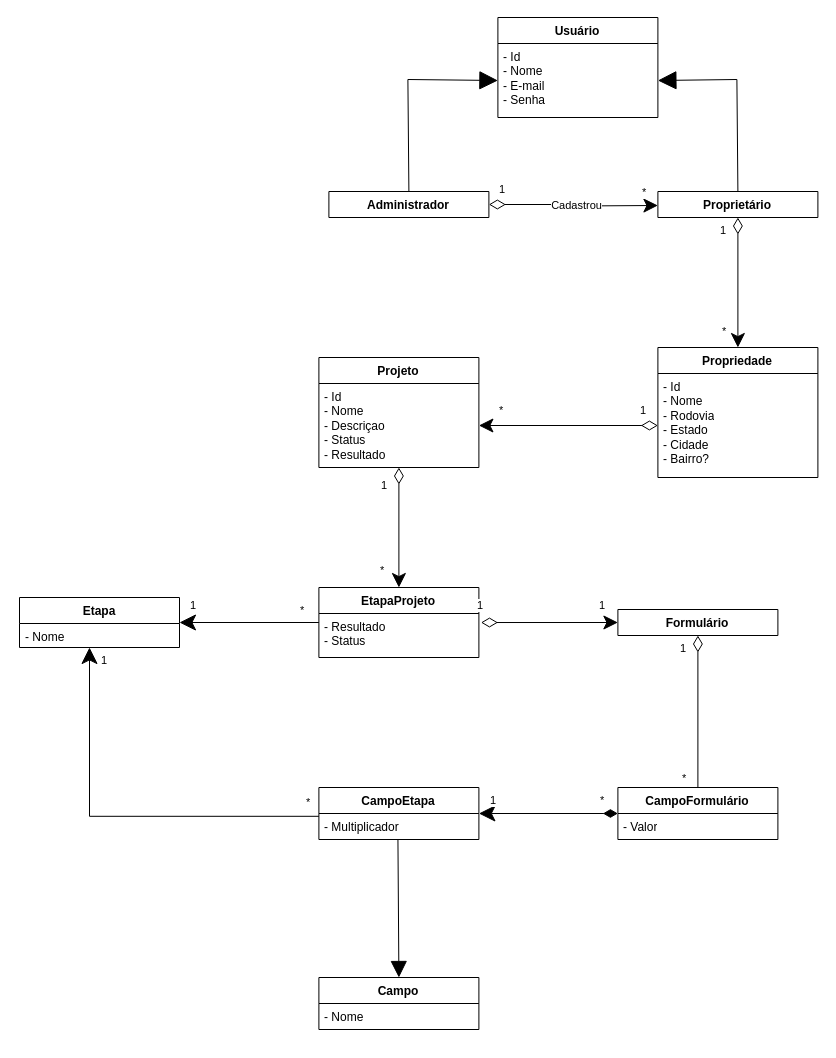
Before: Trabalho final/4 - MC/Modelo conceitual.drawio in ViniciusKurek/CalculadoraAPS, a draw.io diagram. Source tidied: cells renumbered, new cells numbered last; positions are measured from the earlier drawing's top-left corner, leaving out a move shared by most shapes. Both pictures are drawn from the tidied source at 100%, with x=0, y=0 at pixel (19, 17).
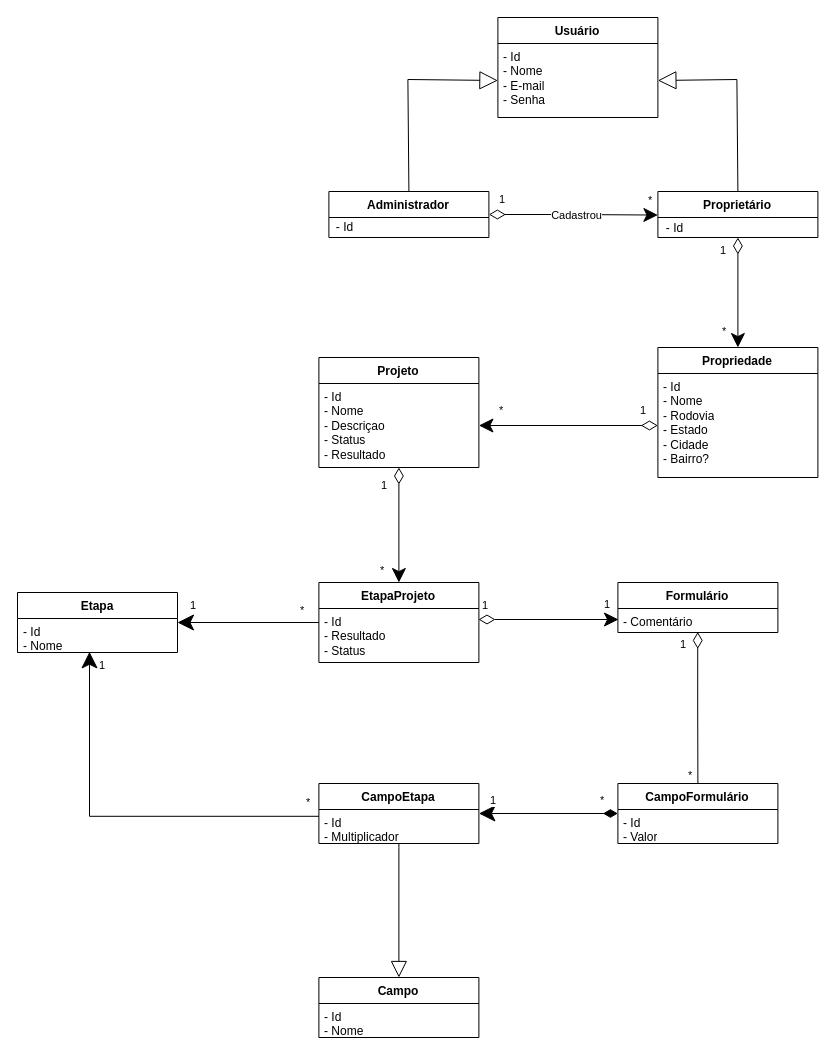
After the change.

Unchanged cells that the change refers to:
```xml
<mxCell id="3" value="- Id&lt;br&gt;- Nome&lt;br&gt;- E-mail&lt;br&gt;- Senha" style="text;strokeColor=none;fillColor=none;align=left;verticalAlign=top;spacingLeft=4;spacingRight=4;overflow=hidden;points=[[0,0.5],[1,0.5]];portConstraint=eastwest;whiteSpace=wrap;html=1;" parent="2" vertex="1">
  <mxGeometry y="26" width="160" height="74" as="geometry" />
</mxCell>
<mxCell id="23" style="endArrow=classic;html=1;endSize=12;startArrow=diamondThin;startSize=14;startFill=0;edgeStyle=orthogonalEdgeStyle;rounded=0;entryX=0.5;entryY=0;entryDx=0;entryDy=0;exitX=0.5;exitY=1;exitDx=0;exitDy=0;endFill=1;" parent="1" edge="1" source="11" target="6">
  <mxGeometry x="0.04" relative="1" as="geometry" />
</mxCell>
<mxCell id="29" style="endArrow=classic;html=1;endSize=12;startArrow=diamondThin;startSize=14;startFill=0;edgeStyle=orthogonalEdgeStyle;rounded=0;exitX=0;exitY=0.5;exitDx=0;exitDy=0;entryX=1;entryY=0.5;entryDx=0;entryDy=0;endFill=1;" parent="1" edge="1" source="7" target="13">
  <mxGeometry relative="1" as="geometry" />
</mxCell>
<mxCell id="37" style="endArrow=classic;html=1;endSize=12;startArrow=diamondThin;startSize=14;startFill=0;edgeStyle=orthogonalEdgeStyle;rounded=0;entryX=0.5;entryY=0;entryDx=0;entryDy=0;endFill=1;" parent="1" edge="1" source="12" target="17">
  <mxGeometry relative="1" as="geometry" />
</mxCell>
```

Change to the diagram source:
```diff
@@
-    <mxCell id="4" style="endArrow=block;endSize=16;endFill=1;html=1;rounded=0;entryX=1;entryY=0.5;entryDx=0;entryDy=0;exitX=0.5;exitY=0;exitDx=0;exitDy=0;" parent="1" edge="1" source="11" target="3">
+    <mxCell id="4" style="endArrow=block;endSize=16;endFill=0;html=1;rounded=0;entryX=1;entryY=0.5;entryDx=0;entryDy=0;exitX=0.5;exitY=0;exitDx=0;exitDy=0;" parent="1" edge="1" source="11" target="3">
       <mxGeometry relative="1" as="geometry">
         <Array as="points">
           <mxPoint x="717.4" y="62" />
         </Array>
       </mxGeometry>
     </mxCell>
-    <mxCell id="5" style="endArrow=block;endSize=16;endFill=1;html=1;rounded=0;entryX=0;entryY=0.5;entryDx=0;entryDy=0;exitX=0.5;exitY=0;exitDx=0;exitDy=0;" parent="1" edge="1" source="28" target="3">
+    <mxCell id="5" style="endArrow=block;endSize=16;endFill=0;html=1;rounded=0;entryX=0;entryY=0.5;entryDx=0;entryDy=0;exitX=0.5;exitY=0;exitDx=0;exitDy=0;" parent="1" edge="1" source="28" target="3">
       <mxGeometry relative="1" as="geometry">
         <Array as="points">
           <mxPoint x="388.4" y="62" />
         </Array>
       </mxGeometry>
     </mxCell>
@@
-    <mxCell id="8" value="Cadastrou" style="endArrow=classic;html=1;endSize=12;startArrow=diamondThin;startSize=14;startFill=0;edgeStyle=orthogonalEdgeStyle;rounded=0;exitX=1;exitY=0.5;exitDx=0;exitDy=0;entryX=0;entryY=0.5;entryDx=0;entryDy=0;endFill=1;" parent="1" edge="1" source="28">
-      <mxGeometry x="0.04" relative="1" as="geometry">
-        <mxPoint x="638.4" y="188" as="targetPoint" />
-      </mxGeometry>
+    <mxCell id="8" value="Cadastrou" style="endArrow=classic;html=1;endSize=12;startArrow=diamondThin;startSize=14;startFill=0;edgeStyle=orthogonalEdgeStyle;rounded=0;exitX=1;exitY=0.5;exitDx=0;exitDy=0;endFill=1;entryX=0.085;entryY=0.052;entryDx=0;entryDy=0;entryPerimeter=0;" parent="1" edge="1" source="28" target="80">
+      <mxGeometry x="0.04" relative="1" as="geometry" />
     </mxCell>
-    <mxCell id="9" value="1" style="edgeLabel;html=1;align=left;verticalAlign=top;" parent="8" vertex="1">
-      <mxGeometry x="-1" relative="1" as="geometry">
-        <mxPoint x="9" y="-28" as="offset" />
-      </mxGeometry>
-    </mxCell>
-    <mxCell id="10" value="*" style="edgeLabel;html=1;align=left;verticalAlign=top;" parent="1" vertex="1">
-      <mxGeometry x="619.4" y="160" as="geometry">
-        <mxPoint x="2" y="2" as="offset" />
-      </mxGeometry>
-    </mxCell>
+    <mxCell id="51" value="1" style="edgeLabel;html=1;align=left;verticalAlign=top;" parent="8" vertex="1">
+      <mxGeometry x="-1" relative="1" as="geometry">
+        <mxPoint x="9" y="-28" as="offset" />
+      </mxGeometry>
+    </mxCell>
+    <mxCell id="52" value="*" style="edgeLabel;html=1;align=left;verticalAlign=top;" parent="1" vertex="1">
+      <mxGeometry x="625" y="168" as="geometry">
+        <mxPoint x="2" y="2" as="offset" />
+      </mxGeometry>
+    </mxCell>
     <mxCell id="11" value="Proprietário" style="swimlane;fontStyle=1;align=center;verticalAlign=top;horizontal=1;startSize=26;whiteSpace=wrap;html=1;" parent="1" vertex="1">
-      <mxGeometry x="638.4" y="174" width="160" height="26" as="geometry" />
+      <mxGeometry x="638.4" y="174" width="160" height="46" as="geometry" />
     </mxCell>
@@
-    <mxCell id="14" value="Formulário" style="swimlane;fontStyle=1;align=center;verticalAlign=top;horizontal=1;startSize=26;whiteSpace=wrap;html=1;" parent="1" vertex="1">
-      <mxGeometry x="598.4" y="592" width="160" height="26" as="geometry" />
-    </mxCell>
     <mxCell id="15" value="CampoFormulário" style="swimlane;fontStyle=1;align=center;verticalAlign=top;horizontal=1;startSize=26;whiteSpace=wrap;html=1;" parent="1" vertex="1">
-      <mxGeometry x="598.4" y="770" width="160" height="52" as="geometry" />
+      <mxGeometry x="598.4" y="766" width="160" height="60" as="geometry" />
     </mxCell>
-    <mxCell id="16" value="- Valor" style="text;strokeColor=none;fillColor=none;align=left;verticalAlign=top;spacingLeft=4;spacingRight=4;overflow=hidden;whiteSpace=wrap;html=1;" parent="15" vertex="1">
-      <mxGeometry y="26" width="160" height="26" as="geometry" />
-    </mxCell>
+    <mxCell id="53" value="- Id&lt;br&gt;- Valor" style="text;strokeColor=none;fillColor=none;align=left;verticalAlign=top;spacingLeft=4;spacingRight=4;overflow=hidden;whiteSpace=wrap;html=1;" parent="15" vertex="1">
+      <mxGeometry y="26" width="160" height="34" as="geometry" />
+    </mxCell>
     <mxCell id="17" value="EtapaProjeto" style="swimlane;fontStyle=1;align=center;verticalAlign=top;horizontal=1;startSize=26;whiteSpace=wrap;html=1;" parent="1" vertex="1">
-      <mxGeometry x="299.4" y="570" width="160" height="70" as="geometry" />
+      <mxGeometry x="299.4" y="565" width="160" height="80" as="geometry" />
     </mxCell>
-    <mxCell id="18" value="- Resultado&lt;br&gt;- Status" style="text;strokeColor=none;fillColor=none;align=left;verticalAlign=top;spacingLeft=4;spacingRight=4;overflow=hidden;points=[[0,0.5],[1,0.5]];portConstraint=eastwest;whiteSpace=wrap;html=1;" parent="17" vertex="1">
-      <mxGeometry y="26" width="160" height="44" as="geometry" />
-    </mxCell>
+    <mxCell id="54" value="- Id&lt;br&gt;- Resultado&lt;br&gt;- Status" style="text;strokeColor=none;fillColor=none;align=left;verticalAlign=top;spacingLeft=4;spacingRight=4;overflow=hidden;whiteSpace=wrap;html=1;" parent="17" vertex="1">
+      <mxGeometry y="26" width="160" height="54" as="geometry" />
+    </mxCell>
     <mxCell id="19" value="Campo" style="swimlane;fontStyle=1;align=center;verticalAlign=top;horizontal=1;startSize=26;whiteSpace=wrap;html=1;" parent="1" vertex="1">
-      <mxGeometry x="299.4" y="960" width="160" height="52" as="geometry" />
+      <mxGeometry x="299.4" y="960" width="160" height="60" as="geometry" />
     </mxCell>
-    <mxCell id="20" value="- Nome" style="text;strokeColor=none;fillColor=none;align=left;verticalAlign=top;spacingLeft=4;spacingRight=4;overflow=hidden;whiteSpace=wrap;html=1;" parent="19" vertex="1">
-      <mxGeometry y="26" width="160" height="26" as="geometry" />
-    </mxCell>
+    <mxCell id="55" value="- Id&lt;br&gt;- Nome" style="text;strokeColor=none;fillColor=none;align=left;verticalAlign=top;spacingLeft=4;spacingRight=4;overflow=hidden;whiteSpace=wrap;html=1;" parent="19" vertex="1">
+      <mxGeometry y="26" width="160" height="34" as="geometry" />
+    </mxCell>
     <mxCell id="21" value="CampoEtapa" style="swimlane;fontStyle=1;align=center;verticalAlign=top;horizontal=1;startSize=26;whiteSpace=wrap;html=1;" parent="1" vertex="1">
-      <mxGeometry x="299.4" y="770" width="160" height="52" as="geometry" />
+      <mxGeometry x="299.4" y="766" width="160" height="60" as="geometry" />
     </mxCell>
-    <mxCell id="22" value="- Multiplicador" style="text;strokeColor=none;fillColor=none;align=left;verticalAlign=top;spacingLeft=4;spacingRight=4;overflow=hidden;points=[[0,0.5],[1,0.5]];portConstraint=eastwest;whiteSpace=wrap;html=1;" parent="21" vertex="1">
-      <mxGeometry y="26" width="160" height="26" as="geometry" />
-    </mxCell>
+    <mxCell id="56" value="- Id&lt;br&gt;- Multiplicador" style="text;strokeColor=none;fillColor=none;align=left;verticalAlign=top;spacingLeft=4;spacingRight=4;overflow=hidden;points=[[0,0.5],[1,0.5]];portConstraint=eastwest;whiteSpace=wrap;html=1;" parent="21" vertex="1">
+      <mxGeometry y="26" width="160" height="34" as="geometry" />
+    </mxCell>
@@
-    <mxCell id="24" value="1" style="edgeLabel;html=1;align=left;verticalAlign=top;" parent="23" vertex="1">
-      <mxGeometry x="-1" relative="1" as="geometry">
-        <mxPoint x="-19" as="offset" />
-      </mxGeometry>
-    </mxCell>
-    <mxCell id="25" value="*" style="edgeLabel;html=1;align=left;verticalAlign=top;" parent="1" vertex="1">
-      <mxGeometry x="709" y="240.1" as="geometry">
-        <mxPoint x="-8" y="61" as="offset" />
-      </mxGeometry>
-    </mxCell>
+    <mxCell id="57" value="1" style="edgeLabel;html=1;align=left;verticalAlign=top;" parent="23" vertex="1">
+      <mxGeometry x="-1" relative="1" as="geometry">
+        <mxPoint x="-19" as="offset" />
+      </mxGeometry>
+    </mxCell>
+    <mxCell id="58" value="*" style="edgeLabel;html=1;align=left;verticalAlign=top;" parent="1" vertex="1">
+      <mxGeometry x="709" y="240.1" as="geometry">
+        <mxPoint x="-8" y="61" as="offset" />
+      </mxGeometry>
+    </mxCell>
     <mxCell id="26" value="Etapa" style="swimlane;fontStyle=1;align=center;verticalAlign=top;horizontal=1;startSize=26;whiteSpace=wrap;html=1;" parent="1" vertex="1">
-      <mxGeometry y="580" width="160" height="50" as="geometry" />
+      <mxGeometry x="-2" y="575" width="160" height="60" as="geometry" />
     </mxCell>
-    <mxCell id="27" value="- Nome" style="text;strokeColor=none;fillColor=none;align=left;verticalAlign=top;spacingLeft=4;spacingRight=4;overflow=hidden;whiteSpace=wrap;html=1;" parent="26" vertex="1">
-      <mxGeometry y="26" width="160" height="24" as="geometry" />
-    </mxCell>
+    <mxCell id="59" value="- Id&lt;br&gt;- Nome" style="text;strokeColor=none;fillColor=none;align=left;verticalAlign=top;spacingLeft=4;spacingRight=4;overflow=hidden;points=[[0,0.5],[1,0.5]];portConstraint=eastwest;whiteSpace=wrap;html=1;" parent="26" vertex="1">
+      <mxGeometry y="26" width="160" height="34" as="geometry" />
+    </mxCell>
     <mxCell id="28" value="Administrador" style="swimlane;fontStyle=1;align=center;verticalAlign=top;horizontal=1;startSize=26;whiteSpace=wrap;html=1;" parent="1" vertex="1">
-      <mxGeometry x="309.4" y="174" width="160" height="26" as="geometry" />
+      <mxGeometry x="309.4" y="174" width="160" height="46" as="geometry" />
     </mxCell>
@@
-    <mxCell id="30" value="1" style="edgeLabel;html=1;align=left;verticalAlign=top;" parent="29" vertex="1">
-      <mxGeometry x="-1" relative="1" as="geometry">
-        <mxPoint x="-19" y="-28" as="offset" />
-      </mxGeometry>
-    </mxCell>
-    <mxCell id="31" value="*" style="edgeLabel;html=1;align=left;verticalAlign=top;" parent="1" vertex="1">
-      <mxGeometry x="478.4" y="380" as="geometry" />
-    </mxCell>
-    <mxCell id="32" style="endArrow=classic;html=1;endSize=12;startArrow=diamondThin;startSize=14;startFill=0;edgeStyle=orthogonalEdgeStyle;rounded=0;exitX=1.013;exitY=0.205;exitDx=0;exitDy=0;entryX=0;entryY=0.5;entryDx=0;entryDy=0;exitPerimeter=0;endFill=1;" parent="1" edge="1" source="18" target="14">
-      <mxGeometry relative="1" as="geometry" />
-    </mxCell>
-    <mxCell id="33" style="endArrow=none;html=1;endSize=12;startArrow=diamondThin;startSize=14;startFill=0;edgeStyle=orthogonalEdgeStyle;rounded=0;exitX=0.5;exitY=1;exitDx=0;exitDy=0;entryX=0.5;entryY=0;entryDx=0;entryDy=0;endFill=0;" parent="1" edge="1" source="14" target="15">
-      <mxGeometry relative="1" as="geometry" />
-    </mxCell>
-    <mxCell id="34" value="1" style="edgeLabel;html=1;align=left;verticalAlign=top;" parent="33" vertex="1">
-      <mxGeometry x="-1" relative="1" as="geometry">
-        <mxPoint x="-19" as="offset" />
-      </mxGeometry>
-    </mxCell>
+    <mxCell id="60" value="1" style="edgeLabel;html=1;align=left;verticalAlign=top;" parent="29" vertex="1">
+      <mxGeometry x="-1" relative="1" as="geometry">
+        <mxPoint x="-19" y="-28" as="offset" />
+      </mxGeometry>
+    </mxCell>
+    <mxCell id="61" value="*" style="edgeLabel;html=1;align=left;verticalAlign=top;" parent="1" vertex="1">
+      <mxGeometry x="478.4" y="380" as="geometry" />
+    </mxCell>
+    <mxCell id="62" style="endArrow=classic;html=1;endSize=12;startArrow=diamondThin;startSize=14;startFill=0;edgeStyle=orthogonalEdgeStyle;rounded=0;endFill=1;" parent="1" edge="1">
+      <mxGeometry relative="1" as="geometry">
+        <mxPoint x="459" y="602" as="sourcePoint" />
+        <mxPoint x="599" y="602" as="targetPoint" />
+      </mxGeometry>
+    </mxCell>
+    <mxCell id="63" style="endArrow=none;html=1;endSize=12;startArrow=diamondThin;startSize=14;startFill=0;edgeStyle=orthogonalEdgeStyle;rounded=0;exitX=0.499;exitY=0.978;exitDx=0;exitDy=0;entryX=0.5;entryY=0;entryDx=0;entryDy=0;endFill=0;exitPerimeter=0;" parent="1" edge="1" source="78" target="15">
+      <mxGeometry relative="1" as="geometry" />
+    </mxCell>
+    <mxCell id="64" value="1" style="edgeLabel;html=1;align=left;verticalAlign=top;" parent="63" vertex="1">
+      <mxGeometry x="-1" relative="1" as="geometry">
+        <mxPoint x="-19" as="offset" />
+      </mxGeometry>
+    </mxCell>
@@
-    <mxCell id="38" value="1" style="edgeLabel;html=1;align=left;verticalAlign=top;" parent="37" vertex="1">
-      <mxGeometry x="-1" relative="1" as="geometry">
-        <mxPoint x="-19" y="5" as="offset" />
-      </mxGeometry>
-    </mxCell>
-    <mxCell id="39" style="endArrow=none;html=1;endSize=12;startArrow=classic;startSize=14;startFill=1;edgeStyle=orthogonalEdgeStyle;rounded=0;entryX=-0.004;entryY=0.106;entryDx=0;entryDy=0;entryPerimeter=0;endFill=0;" parent="1" edge="1">
-      <mxGeometry relative="1" as="geometry">
-        <mxPoint x="70" y="630" as="sourcePoint" />
-        <mxPoint x="299.4" y="798.8" as="targetPoint" />
-        <Array as="points">
-          <mxPoint x="70" y="630" />
-          <mxPoint x="70" y="799" />
-        </Array>
-      </mxGeometry>
-    </mxCell>
-    <mxCell id="40" style="endArrow=none;html=1;endSize=12;startArrow=block;startSize=14;startFill=1;edgeStyle=orthogonalEdgeStyle;rounded=0;exitX=0.5;exitY=0;exitDx=0;exitDy=0;entryX=0.494;entryY=1.015;entryDx=0;entryDy=0;entryPerimeter=0;endFill=0;" parent="1" edge="1" source="19" target="22">
-      <mxGeometry relative="1" as="geometry">
-        <Array as="points">
-          <mxPoint x="379.4" y="822" />
-        </Array>
-      </mxGeometry>
-    </mxCell>
-    <mxCell id="41" value="*" style="edgeLabel;html=1;align=left;verticalAlign=top;" parent="1" vertex="1">
-      <mxGeometry x="359.4" y="540" as="geometry" />
-    </mxCell>
-    <mxCell id="42" value="*" style="edgeLabel;html=1;align=left;verticalAlign=top;" parent="1" vertex="1">
-      <mxGeometry x="279.4" y="580" as="geometry" />
-    </mxCell>
-    <mxCell id="43" value="1" style="edgeLabel;html=1;align=left;verticalAlign=top;" parent="1" vertex="1">
-      <mxGeometry x="169.4" y="575" as="geometry" />
-    </mxCell>
-    <mxCell id="44" value="1" style="edgeLabel;html=1;align=left;verticalAlign=top;" parent="1" vertex="1">
-      <mxGeometry x="80" y="630" as="geometry" />
-    </mxCell>
-    <mxCell id="45" value="*" style="edgeLabel;html=1;align=left;verticalAlign=top;" parent="1" vertex="1">
-      <mxGeometry x="259.4" y="770" as="geometry">
-        <mxPoint x="26" y="2" as="offset" />
-      </mxGeometry>
-    </mxCell>
-    <mxCell id="46" value="*" style="edgeLabel;html=1;align=left;verticalAlign=top;" parent="1" vertex="1">
-      <mxGeometry x="579.4" y="770" as="geometry" />
-    </mxCell>
-    <mxCell id="47" value="*" style="edgeLabel;html=1;align=left;verticalAlign=top;" parent="1" vertex="1">
-      <mxGeometry x="589.4" y="780" as="geometry">
-        <mxPoint x="72" y="-32" as="offset" />
-      </mxGeometry>
-    </mxCell>
-    <mxCell id="48" value="1" style="edgeLabel;html=1;align=left;verticalAlign=top;" parent="1" vertex="1">
-      <mxGeometry x="469.4" y="770" as="geometry" />
-    </mxCell>
-    <mxCell id="49" value="1" style="edgeLabel;html=1;align=left;verticalAlign=top;" parent="1" vertex="1">
-      <mxGeometry x="657.4" y="623" as="geometry">
-        <mxPoint x="-201" y="-48" as="offset" />
-      </mxGeometry>
-    </mxCell>
-    <mxCell id="50" value="1" style="edgeLabel;html=1;align=left;verticalAlign=top;" parent="1" vertex="1">
-      <mxGeometry x="779.4" y="623" as="geometry">
-        <mxPoint x="-201" y="-48" as="offset" />
-      </mxGeometry>
-    </mxCell>
+    <mxCell id="65" value="1" style="edgeLabel;html=1;align=left;verticalAlign=top;" parent="37" vertex="1">
+      <mxGeometry x="-1" relative="1" as="geometry">
+        <mxPoint x="-19" y="5" as="offset" />
+      </mxGeometry>
+    </mxCell>
+    <mxCell id="66" style="endArrow=none;html=1;endSize=12;startArrow=classic;startSize=14;startFill=1;edgeStyle=orthogonalEdgeStyle;rounded=0;entryX=-0.004;entryY=0.106;entryDx=0;entryDy=0;entryPerimeter=0;endFill=0;exitX=0.45;exitY=0.98;exitDx=0;exitDy=0;exitPerimeter=0;" parent="1" edge="1" source="59">
+      <mxGeometry relative="1" as="geometry">
+        <mxPoint x="299.4" y="798.8" as="targetPoint" />
+        <Array as="points">
+          <mxPoint x="70" y="799" />
+        </Array>
+      </mxGeometry>
+    </mxCell>
+    <mxCell id="67" style="endArrow=none;html=1;endSize=12;startArrow=block;startSize=14;startFill=0;edgeStyle=orthogonalEdgeStyle;rounded=0;exitX=0.5;exitY=0;exitDx=0;exitDy=0;endFill=0;entryX=0.5;entryY=0.997;entryDx=0;entryDy=0;entryPerimeter=0;" parent="1" edge="1" source="19" target="56">
+      <mxGeometry relative="1" as="geometry">
+        <Array as="points">
+          <mxPoint x="379" y="830" />
+        </Array>
+      </mxGeometry>
+    </mxCell>
+    <mxCell id="68" value="*" style="edgeLabel;html=1;align=left;verticalAlign=top;" parent="1" vertex="1">
+      <mxGeometry x="359.4" y="540" as="geometry" />
+    </mxCell>
+    <mxCell id="69" value="*" style="edgeLabel;html=1;align=left;verticalAlign=top;" parent="1" vertex="1">
+      <mxGeometry x="279.4" y="580" as="geometry" />
+    </mxCell>
+    <mxCell id="70" value="1" style="edgeLabel;html=1;align=left;verticalAlign=top;" parent="1" vertex="1">
+      <mxGeometry x="169.4" y="575" as="geometry" />
+    </mxCell>
+    <mxCell id="71" value="1" style="edgeLabel;html=1;align=left;verticalAlign=top;" parent="1" vertex="1">
+      <mxGeometry x="78" y="635" as="geometry" />
+    </mxCell>
+    <mxCell id="72" value="*" style="edgeLabel;html=1;align=left;verticalAlign=top;" parent="1" vertex="1">
+      <mxGeometry x="259.4" y="770" as="geometry">
+        <mxPoint x="26" y="2" as="offset" />
+      </mxGeometry>
+    </mxCell>
+    <mxCell id="73" value="*" style="edgeLabel;html=1;align=left;verticalAlign=top;" parent="1" vertex="1">
+      <mxGeometry x="579.4" y="770" as="geometry" />
+    </mxCell>
+    <mxCell id="74" value="*" style="edgeLabel;html=1;align=left;verticalAlign=top;" parent="1" vertex="1">
+      <mxGeometry x="589.4" y="780" as="geometry">
+        <mxPoint x="78" y="-35" as="offset" />
+      </mxGeometry>
+    </mxCell>
+    <mxCell id="75" value="1" style="edgeLabel;html=1;align=left;verticalAlign=top;" parent="1" vertex="1">
+      <mxGeometry x="469.4" y="770" as="geometry" />
+    </mxCell>
+    <mxCell id="76" value="1" style="edgeLabel;html=1;align=left;verticalAlign=top;" parent="1" vertex="1">
+      <mxGeometry x="657.4" y="623" as="geometry">
+        <mxPoint x="-196" y="-48" as="offset" />
+      </mxGeometry>
+    </mxCell>
+    <mxCell id="77" value="1" style="edgeLabel;html=1;align=left;verticalAlign=top;" parent="1" vertex="1">
+      <mxGeometry x="779.4" y="623" as="geometry">
+        <mxPoint x="-196" y="-49" as="offset" />
+      </mxGeometry>
+    </mxCell>
+    <mxCell id="14" value="Formulário" style="swimlane;fontStyle=1;align=center;verticalAlign=top;horizontal=1;startSize=26;whiteSpace=wrap;html=1;" parent="1" vertex="1">
+      <mxGeometry x="598.4" y="565" width="160" height="50" as="geometry" />
+    </mxCell>
+    <mxCell id="78" value="- Comentário" style="text;strokeColor=none;fillColor=none;align=left;verticalAlign=top;spacingLeft=4;spacingRight=4;overflow=hidden;points=[[0,0.5],[1,0.5]];portConstraint=eastwest;whiteSpace=wrap;html=1;" parent="14" vertex="1">
+      <mxGeometry y="26" width="160" height="24" as="geometry" />
+    </mxCell>
+    <mxCell id="79" value="- Id" style="text;html=1;align=center;verticalAlign=middle;strokeColor=none;fillColor=none;" parent="1" vertex="1">
+      <mxGeometry x="305" y="195" width="40" height="30" as="geometry" />
+    </mxCell>
+    <mxCell id="80" value="- Id" style="text;html=1;align=center;verticalAlign=middle;points=[];strokeColor=none;fillColor=none;" parent="1" vertex="1">
+      <mxGeometry x="635" y="196" width="40" height="30" as="geometry" />
+    </mxCell>
```
